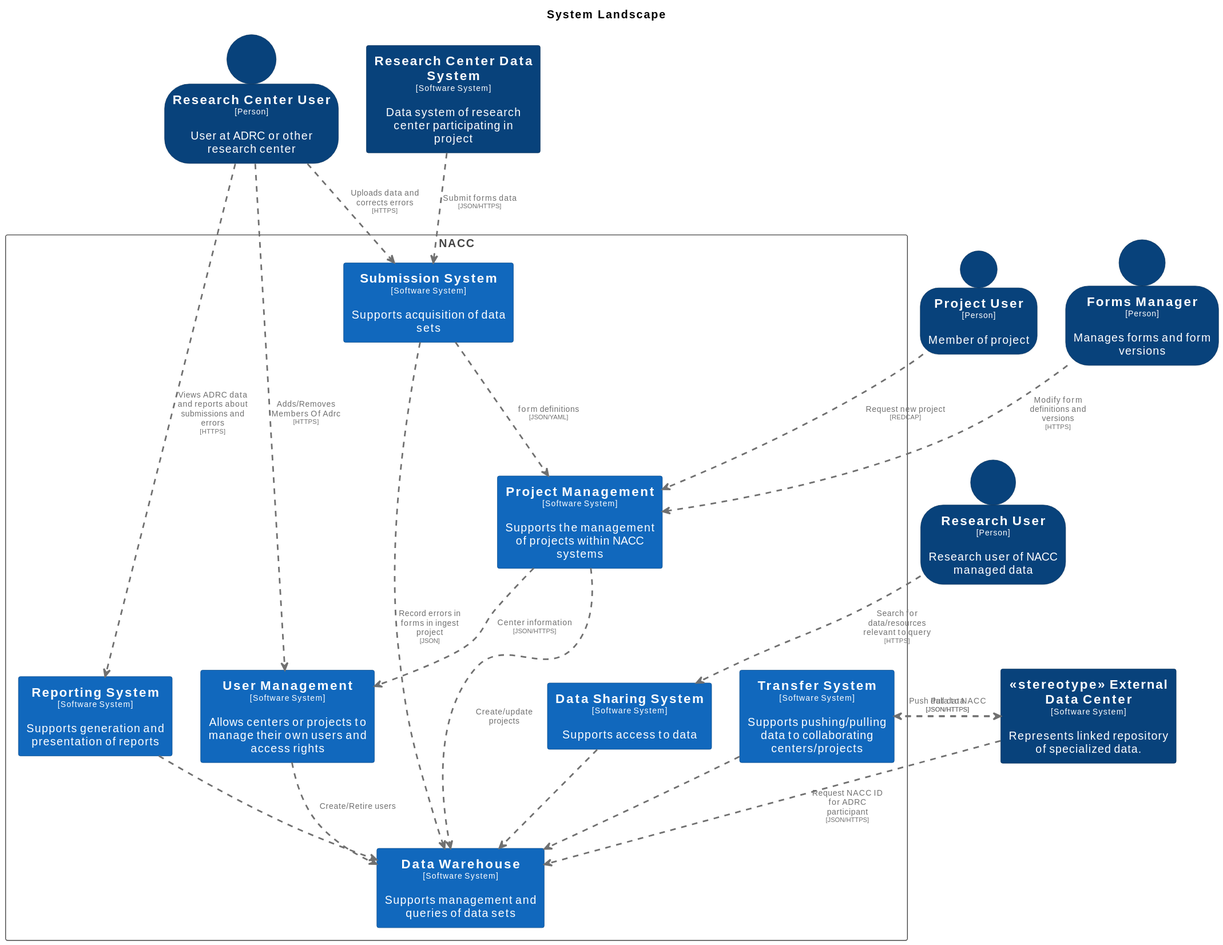
Above: docs/images/structurizr-GeneralizedSystemLandscape.svg in naccdata/system-design (PlantUML), before the change.
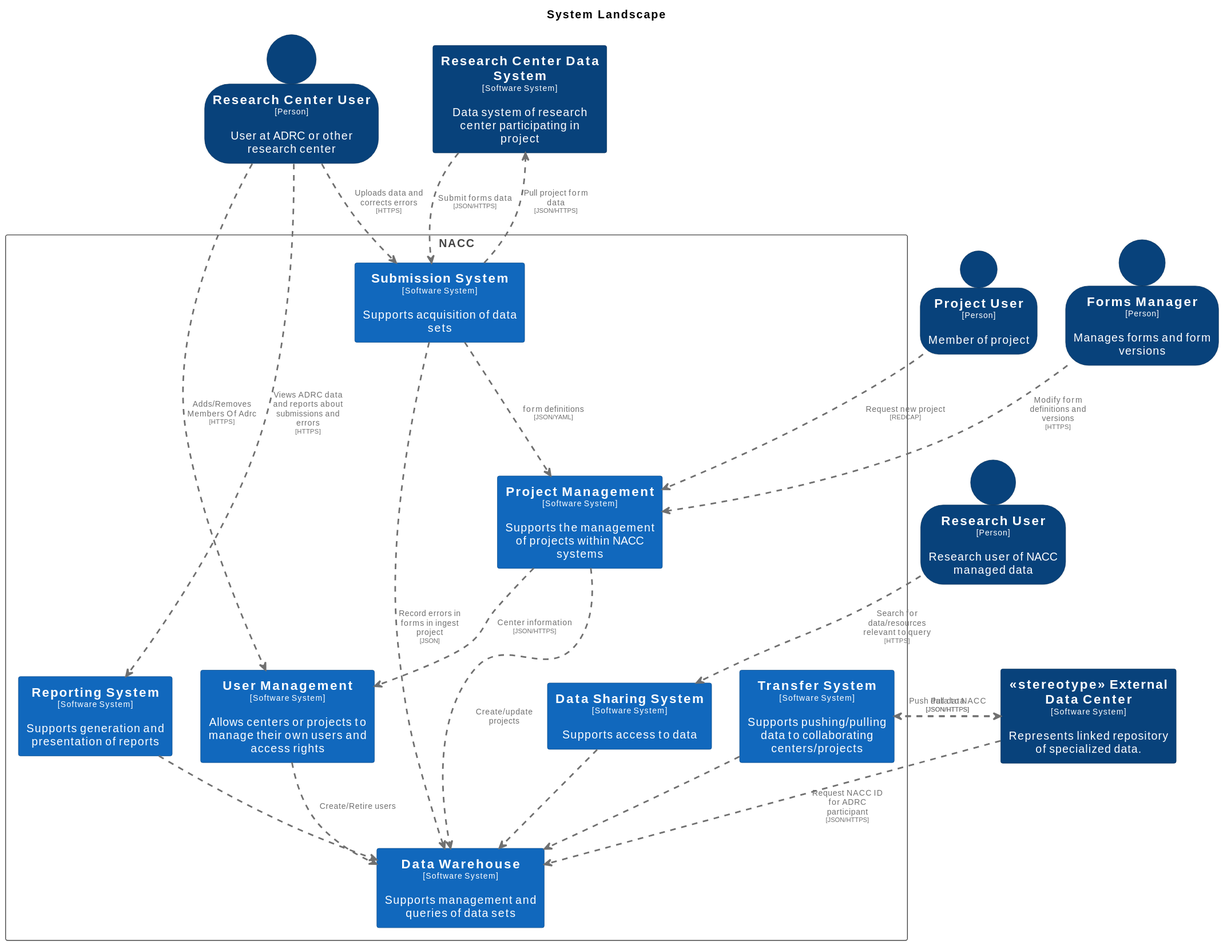
Above is the later version.

Change to the diagram source:
```diff
@@ -84,13 +84,13 @@
   skinparam RectangleBorderColor<<enterprise>> #444444
   skinparam RectangleFontColor<<enterprise>> #444444
 
+  rectangle "==Transfer System\n<size:10>[Software System]</size>\n\nSupports pushing/pulling data to collaborating centers/projects" <<TransferSystem>> as TransferSystem
   rectangle "==Reporting System\n<size:10>[Software System]</size>\n\nSupports generation and presentation of reports" <<ReportingSystem>> as ReportingSystem
   rectangle "==Data Sharing System\n<size:10>[Software System]</size>\n\nSupports access to data" <<DataSharingSystem>> as DataSharingSystem
   rectangle "==Data Warehouse\n<size:10>[Software System]</size>\n\nSupports management and queries of data sets" <<DataWarehouse>> as DataWarehouse
   rectangle "==User Management\n<size:10>[Software System]</size>\n\nAllows centers or projects to manage their own users and access rights" <<UserManagement>> as UserManagement
   rectangle "==Project Management\n<size:10>[Software System]</size>\n\nSupports the management of projects within NACC systems" <<ProjectManagement>> as ProjectManagement
   rectangle "==Submission System\n<size:10>[Software System]</size>\n\nSupports acquisition of data sets" <<SubmissionSystem>> as SubmissionSystem
-  rectangle "==Transfer System\n<size:10>[Software System]</size>\n\nSupports pushing/pulling data to collaborating centers/projects" <<TransferSystem>> as TransferSystem
 }
 
 person "==Research Center User\n<size:10>[Person]</size>\n\nUser at ADRC or other research center" <<ResearchCenterUser>> as ResearchCenterUser
@@ -113,6 +113,7 @@
 stereotypeExternalDataCenter .[#707070,thickness=2].> TransferSystem : "<color:#707070>Push data to NACC\n<color:#707070><size:8>[JSON/HTTPS]</size>"
 TransferSystem .[#707070,thickness=2].> stereotypeExternalDataCenter : "<color:#707070>Pull data\n<color:#707070><size:8>[JSON/HTTPS]</size>"
 ResearchCenterDataSystem .[#707070,thickness=2].> SubmissionSystem : "<color:#707070>Submit forms data\n<color:#707070><size:8>[JSON/HTTPS]</size>"
+SubmissionSystem .[#707070,thickness=2].> ResearchCenterDataSystem : "<color:#707070>Pull project form data\n<color:#707070><size:8>[JSON/HTTPS]</size>"
 UserManagement .[#707070,thickness=2].> DataWarehouse : "<color:#707070>Create/Retire users"
 ProjectManagement .[#707070,thickness=2].> UserManagement : "<color:#707070>Center information\n<color:#707070><size:8>[JSON/HTTPS]</size>"
 ProjectManagement .[#707070,thickness=2].> DataWarehouse : "<color:#707070>Create/update projects"
```
